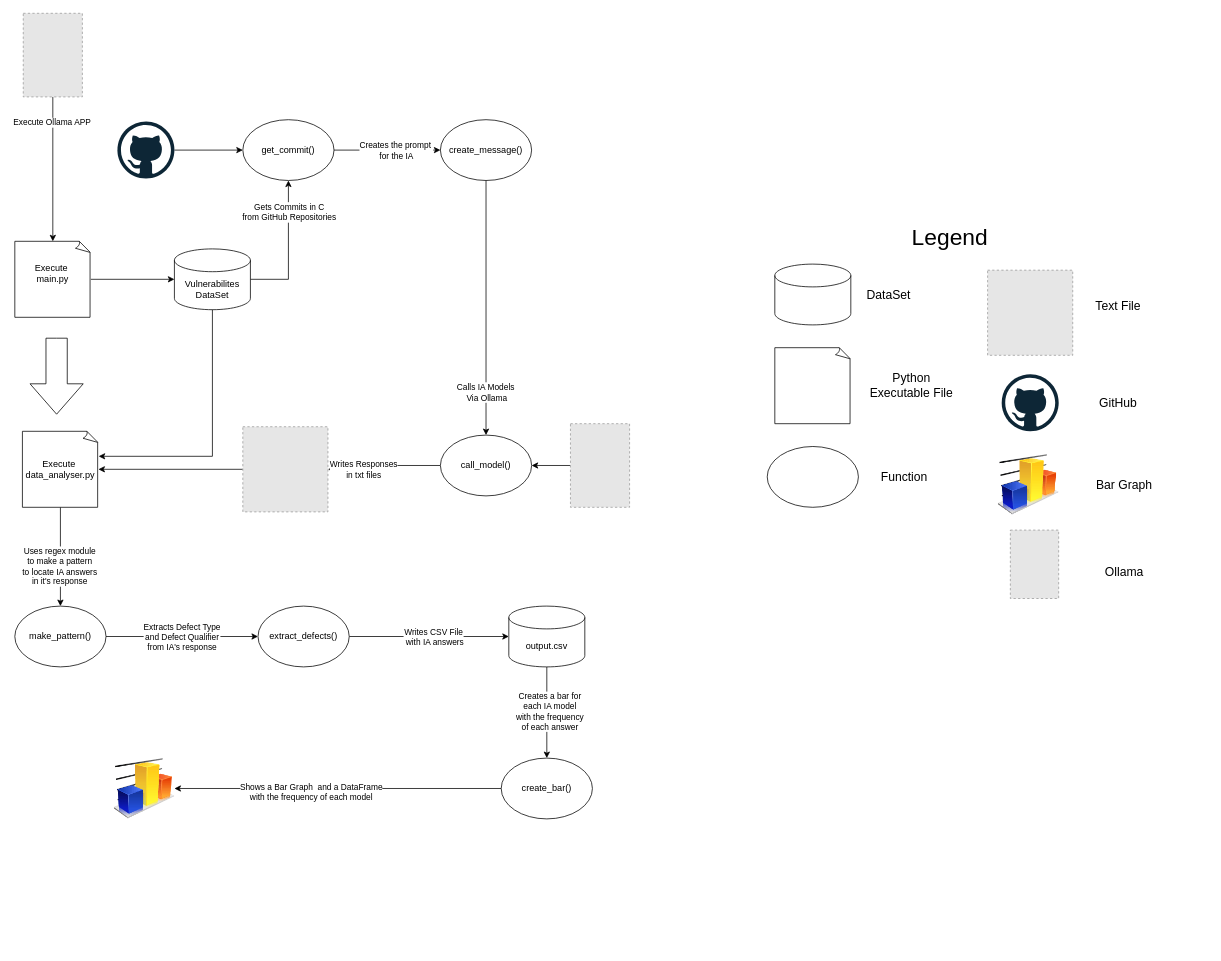
DiogoHD/LLM-and-ODC keeps this draw.io diagram as docs/Pipeline.drawio. Above is the earlier version. Source tidied: cells renumbered, new cells numbered last; positions are measured from the earlier drawing's top-left corner, leaving out a move shared by most shapes. Both pictures are drawn from the tidied source at 76%, with x=0, y=0 at pixel (14, 13). Pictures stored in the file or linked from it are replaced by grey dashed boxes.
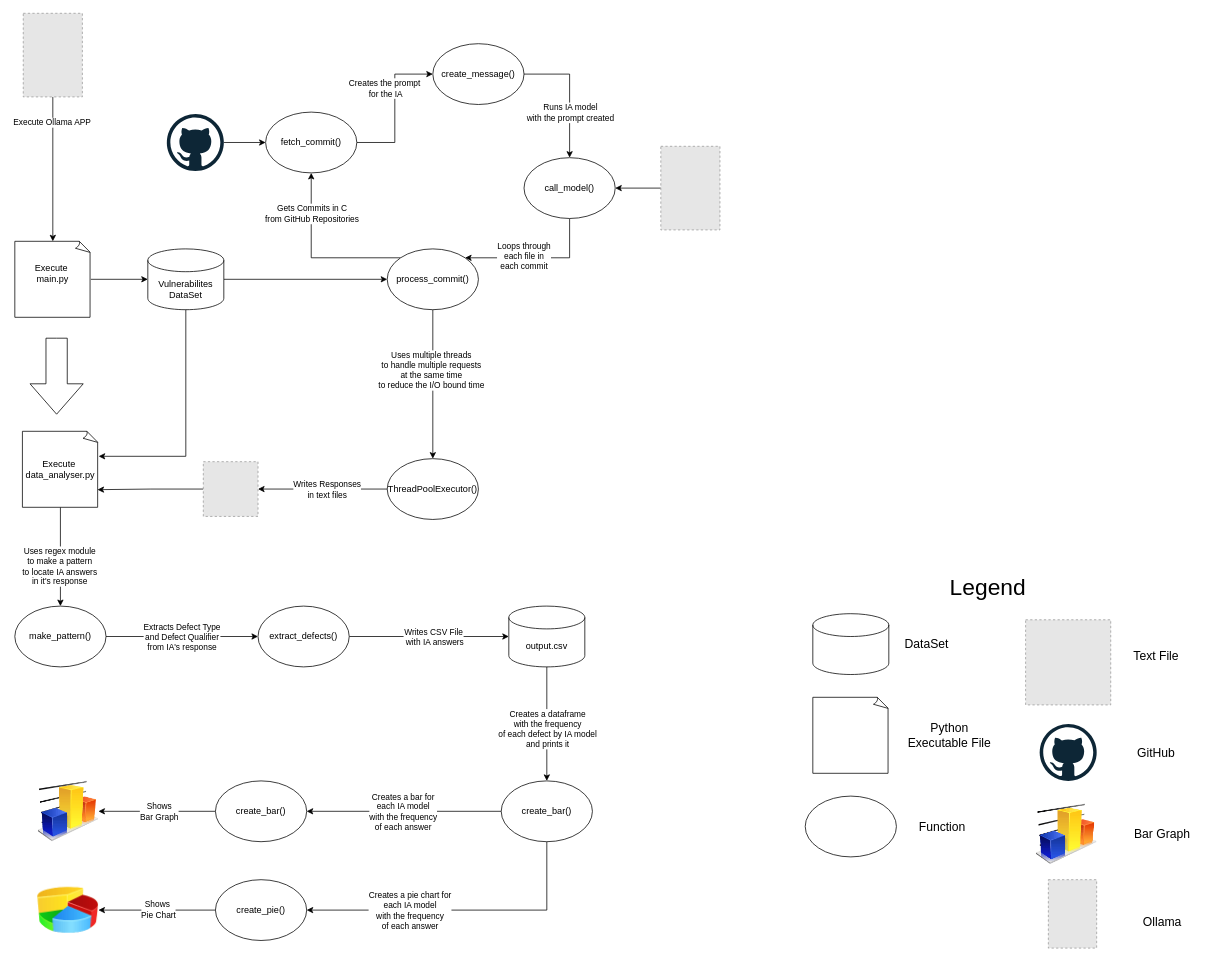
Above is the later version.

Commit message:
Adding pie chart to pipeline

Unchanged cells that the change refers to:
```xml
<mxCell id="2" style="edgeStyle=orthogonalEdgeStyle;rounded=0;jettySize=auto;html=1;exitX=0;exitY=0.5;exitDx=0;exitDy=0;entryX=1;entryY=0.5;entryDx=0;entryDy=0;" parent="1" edge="1" source="50" target="11">
  <mxGeometry relative="1" as="geometry" />
</mxCell>
<mxCell id="5" style="edgeStyle=orthogonalEdgeStyle;rounded=0;jettySize=auto;html=1;exitX=0;exitY=0.5;exitDx=0;exitDy=0;entryX=1;entryY=0.5;entryDx=0;entryDy=0;" parent="1" edge="1" source="58" target="17">
  <mxGeometry relative="1" as="geometry" />
</mxCell>
<mxCell id="14" value="o&lt;span style=&quot;background-color: transparent; color: light-dark(rgb(0, 0, 0), rgb(255, 255, 255));&quot;&gt;utput.csv&lt;/span&gt;" style="shape=cylinder3;whiteSpace=wrap;html=1;boundedLbl=1;backgroundOutline=1;size=15;" parent="1" vertex="1">
  <mxGeometry x="650" y="780" width="100" height="80" as="geometry" />
</mxCell>
<mxCell id="24" value="Execute&amp;nbsp;&lt;div&gt;&lt;div&gt;data_analyser.py&lt;/div&gt;&lt;/div&gt;" style="whiteSpace=wrap;html=1;shape=mxgraph.basic.document;" parent="1" vertex="1">
  <mxGeometry x="10" y="550" width="100" height="100" as="geometry" />
</mxCell>
```

The edit, as a diff of the source:
```diff
@@
-    <mxCell id="3" value="Writes Responses&lt;div&gt;in txt files&lt;/div&gt;" style="edgeLabel;html=1;align=center;verticalAlign=middle;" parent="2" vertex="1">
-      <mxGeometry x="0.4" relative="1" as="geometry" />
+    <mxCell id="3" value="Writes Responses&lt;div&gt;in text files&lt;/div&gt;" style="edgeLabel;html=1;align=center;verticalAlign=middle;" parent="2" vertex="1">
+      <mxGeometry x="0.4" relative="1" as="geometry">
+        <mxPoint x="39" as="offset" />
+      </mxGeometry>
     </mxCell>
@@
-    <mxCell id="6" value="Shows a Bar Graph&amp;nbsp; and a DataFrame&lt;div&gt;&lt;span style=&quot;background-color: light-dark(#ffffff, var(--ge-dark-color, #121212)); color: light-dark(rgb(0, 0, 0), rgb(255, 255, 255));&quot;&gt;with&amp;nbsp;&lt;/span&gt;&lt;span style=&quot;color: light-dark(rgb(0, 0, 0), rgb(255, 255, 255)); background-color: light-dark(#ffffff, var(--ge-dark-color, #121212));&quot;&gt;t&lt;/span&gt;&lt;span style=&quot;color: light-dark(rgb(0, 0, 0), rgb(255, 255, 255)); background-color: light-dark(#ffffff, var(--ge-dark-color, #121212));&quot;&gt;he frequency of each model&lt;/span&gt;&lt;div&gt;&lt;div&gt;&lt;div&gt;&lt;br&gt;&lt;/div&gt;&lt;/div&gt;&lt;/div&gt;&lt;/div&gt;" style="edgeLabel;html=1;align=center;verticalAlign=middle;" parent="5" vertex="1">
+    <mxCell id="6" value="Shows&lt;div&gt;Bar Graph&lt;/div&gt;" style="edgeLabel;html=1;align=center;verticalAlign=middle;" parent="5" vertex="1">
       <mxGeometry x="0.54" relative="1" as="geometry">
-        <mxPoint x="80" y="10" as="offset" />
+        <mxPoint x="44" as="offset" />
       </mxGeometry>
     </mxCell>
-    <mxCell id="7" style="edgeStyle=orthogonalEdgeStyle;rounded=0;jettySize=auto;html=1;exitX=1;exitY=0.5;exitDx=0;exitDy=0;exitPerimeter=0;entryX=0.5;entryY=1;entryDx=0;entryDy=0;" parent="1" edge="1" source="9" target="47">
+    <mxCell id="7" style="edgeStyle=orthogonalEdgeStyle;rounded=0;jettySize=auto;html=1;exitX=0;exitY=0;exitDx=0;exitDy=0;entryX=0.5;entryY=1;entryDx=0;entryDy=0;" parent="1" edge="1" source="71" target="47">
       <mxGeometry relative="1" as="geometry" />
     </mxCell>
@@
+    <mxCell id="59" style="edgeStyle=orthogonalEdgeStyle;html=1;exitX=1;exitY=0.5;exitDx=0;exitDy=0;exitPerimeter=0;entryX=0;entryY=0.5;entryDx=0;entryDy=0;rounded=0;" parent="1" edge="1" source="9" target="71">
+      <mxGeometry relative="1" as="geometry" />
+    </mxCell>
     <mxCell id="9" value="Vulnerabilites&lt;div&gt;DataSet&lt;/div&gt;" style="shape=cylinder3;whiteSpace=wrap;html=1;boundedLbl=1;backgroundOutline=1;size=15;verticalAlign=middle;convertToSvg=0;" parent="1" vertex="1">
-      <mxGeometry x="210" y="310" width="100" height="80" as="geometry" />
+      <mxGeometry x="175" y="310" width="100" height="80" as="geometry" />
     </mxCell>
-    <mxCell id="10" style="edgeStyle=orthogonalEdgeStyle;rounded=0;jettySize=auto;html=1;exitX=0;exitY=0.5;exitDx=0;exitDy=0;entryX=1;entryY=0.5;entryDx=0;entryDy=0;entryPerimeter=0;" parent="1" edge="1" source="11" target="24">
+    <mxCell id="10" style="edgeStyle=orthogonalEdgeStyle;rounded=0;jettySize=auto;html=1;exitX=0;exitY=0.5;exitDx=0;exitDy=0;entryX=0.988;entryY=0.768;entryDx=0;entryDy=0;entryPerimeter=0;" parent="1" edge="1" source="11" target="24">
       <mxGeometry relative="1" as="geometry" />
     </mxCell>
     <mxCell id="11" style="fillColor=#E6E6E6;strokeColor=#999999;dashed=1;html=1;verticalAlign=top;verticalLabelPosition=bottom;labelBackgroundColor=#ffffff;" parent="1" vertex="1">
-      <mxGeometry x="300" y="544" width="112" height="112" as="geometry" />
+      <mxGeometry x="248" y="590" width="72" height="72" as="geometry" />
     </mxCell>
-    <mxCell id="12" style="edgeStyle=orthogonalEdgeStyle;rounded=0;jettySize=auto;html=1;exitX=0.5;exitY=1;exitDx=0;exitDy=0;exitPerimeter=0;entryX=0.5;entryY=0;entryDx=0;entryDy=0;" parent="1" edge="1" source="14" target="58">
+    <mxCell id="12" style="edgeStyle=orthogonalEdgeStyle;rounded=0;jettySize=auto;html=1;exitX=0;exitY=0.5;exitDx=0;exitDy=0;entryX=1;entryY=0.5;entryDx=0;entryDy=0;" parent="1" edge="1" source="69" target="58">
       <mxGeometry relative="1" as="geometry" />
     </mxCell>
     <mxCell id="13" value="Creates a bar for&lt;br&gt;each IA model&lt;br&gt;with the frequency&lt;br&gt;of each answer" style="edgeLabel;html=1;align=center;verticalAlign=middle;" parent="12" vertex="1">
-      <mxGeometry x="-0.03" y="3" relative="1" as="geometry" />
+      <mxGeometry x="-0.03" y="3" relative="1" as="geometry">
+        <mxPoint x="-6" y="-3" as="offset" />
+      </mxGeometry>
     </mxCell>
@@
     <mxCell id="17" style="image;html=1;image=img/lib/clip_art/finance/Graph_128x128.png;" parent="1" vertex="1">
-      <mxGeometry x="130" y="980" width="80" height="80" as="geometry" />
+      <mxGeometry x="30" y="1010" width="80" height="80" as="geometry" />
     </mxCell>
     <mxCell id="18" value="Legend" style="text;html=1;align=center;verticalAlign=middle;strokeColor=none;fillColor=none;fontSize=30;" parent="1" vertex="1">
-      <mxGeometry x="1170" y="270" width="120" height="50" as="geometry" />
+      <mxGeometry x="1220" y="730" width="120" height="50" as="geometry" />
     </mxCell>
     <mxCell id="19" style="shape=cylinder3;whiteSpace=wrap;html=1;boundedLbl=1;backgroundOutline=1;size=15;verticalAlign=middle;convertToSvg=0;" parent="1" vertex="1">
-      <mxGeometry x="1000" y="330" width="100" height="80" as="geometry" />
+      <mxGeometry x="1050" y="790" width="100" height="80" as="geometry" />
     </mxCell>
     <mxCell id="20" value="DataSet" style="text;html=1;align=center;verticalAlign=middle;whiteSpace=wrap;rounded=0;fontSize=16;" parent="1" vertex="1">
-      <mxGeometry x="1120" y="355" width="60" height="30" as="geometry" />
+      <mxGeometry x="1170" y="815" width="60" height="30" as="geometry" />
     </mxCell>
@@
     <mxCell id="25" value="&lt;div&gt;&lt;div&gt;&lt;br style=&quot;text-wrap-mode: nowrap;&quot;&gt;&lt;/div&gt;&lt;/div&gt;" style="whiteSpace=wrap;html=1;shape=mxgraph.basic.document;" parent="1" vertex="1">
-      <mxGeometry x="1000" y="440" width="100" height="100" as="geometry" />
+      <mxGeometry x="1050" y="900" width="100" height="100" as="geometry" />
     </mxCell>
     <mxCell id="26" value="Python Executable File" style="text;html=1;align=center;verticalAlign=middle;whiteSpace=wrap;rounded=0;fontSize=16;" parent="1" vertex="1">
-      <mxGeometry x="1120" y="475" width="120" height="30" as="geometry" />
+      <mxGeometry x="1170" y="935" width="120" height="30" as="geometry" />
     </mxCell>
     <mxCell id="27" style="fillColor=#E6E6E6;strokeColor=#999999;dashed=1;html=1;verticalAlign=top;verticalLabelPosition=bottom;labelBackgroundColor=#ffffff;" parent="1" vertex="1">
-      <mxGeometry x="1280" y="338" width="112" height="112" as="geometry" />
+      <mxGeometry x="1330" y="798" width="112" height="112" as="geometry" />
     </mxCell>
     <mxCell id="28" value="Text File" style="text;html=1;align=center;verticalAlign=middle;whiteSpace=wrap;rounded=0;fontSize=16;" parent="1" vertex="1">
-      <mxGeometry x="1392" y="370" width="120" height="30" as="geometry" />
+      <mxGeometry x="1442" y="830" width="120" height="30" as="geometry" />
     </mxCell>
     <mxCell id="29" style="ellipse;whiteSpace=wrap;html=1;" parent="1" vertex="1">
-      <mxGeometry x="990" y="570" width="120" height="80" as="geometry" />
+      <mxGeometry x="1040" y="1030" width="120" height="80" as="geometry" />
     </mxCell>
     <mxCell id="30" value="Function" style="text;html=1;align=center;verticalAlign=middle;strokeColor=none;fillColor=none;fontSize=16;" parent="1" vertex="1">
-      <mxGeometry x="1130" y="595" width="80" height="30" as="geometry" />
+      <mxGeometry x="1180" y="1055" width="80" height="30" as="geometry" />
     </mxCell>
     <mxCell id="31" style="dashed=0;html=1;align=center;labelPosition=center;verticalLabelPosition=bottom;verticalAlign=top;shape=mxgraph.weblogos.github;" parent="1" vertex="1">
-      <mxGeometry x="1298.5" y="475" width="75" height="75" as="geometry" />
+      <mxGeometry x="1348.5" y="935" width="75" height="75" as="geometry" />
     </mxCell>
     <mxCell id="32" value="GitHub" style="text;html=1;align=center;verticalAlign=middle;whiteSpace=wrap;rounded=0;fontSize=16;" parent="1" vertex="1">
-      <mxGeometry x="1392" y="497.5" width="120" height="30" as="geometry" />
+      <mxGeometry x="1442" y="957.5" width="120" height="30" as="geometry" />
     </mxCell>
     <mxCell id="33" style="image;html=1;image=img/lib/clip_art/finance/Graph_128x128.png;" parent="1" vertex="1">
-      <mxGeometry x="1293.5" y="580" width="80" height="80" as="geometry" />
+      <mxGeometry x="1343.5" y="1040" width="80" height="80" as="geometry" />
     </mxCell>
     <mxCell id="34" value="Bar Graph" style="text;html=1;align=center;verticalAlign=middle;whiteSpace=wrap;rounded=0;fontSize=16;" parent="1" vertex="1">
-      <mxGeometry x="1400" y="605" width="120" height="30" as="geometry" />
+      <mxGeometry x="1450" y="1065" width="120" height="30" as="geometry" />
     </mxCell>
     <mxCell id="35" style="edgeStyle=orthogonalEdgeStyle;rounded=0;jettySize=auto;html=1;exitX=0.5;exitY=1;exitDx=0;exitDy=0;exitPerimeter=0;entryX=1.003;entryY=0.329;entryDx=0;entryDy=0;entryPerimeter=0;" parent="1" edge="1" source="9" target="24">
-      <mxGeometry relative="1" as="geometry" />
+      <mxGeometry relative="1" as="geometry">
+        <Array as="points">
+          <mxPoint x="225" y="583" />
+        </Array>
+      </mxGeometry>
     </mxCell>
@@
-    <mxCell id="40" style="edgeStyle=orthogonalEdgeStyle;rounded=0;jettySize=auto;html=1;exitX=0;exitY=0.5;exitDx=0;exitDy=0;entryX=1;entryY=0.5;entryDx=0;entryDy=0;" parent="1" edge="1" source="41" target="50">
+    <mxCell id="40" style="edgeStyle=orthogonalEdgeStyle;rounded=0;jettySize=auto;html=1;exitX=0;exitY=0.5;exitDx=0;exitDy=0;entryX=1;entryY=0.5;entryDx=0;entryDy=0;" parent="1" edge="1" source="41" target="75">
       <mxGeometry relative="1" as="geometry" />
     </mxCell>
     <mxCell id="41" style="fillColor=#E6E6E6;strokeColor=#999999;dashed=1;verticalLabelPosition=bottom;labelBackgroundColor=default;verticalAlign=top;" parent="1" vertex="1">
-      <mxGeometry x="731.1" y="540" width="77.8" height="110" as="geometry" />
+      <mxGeometry x="850" y="175" width="77.8" height="110" as="geometry" />
     </mxCell>
     <mxCell id="42" style="fillColor=#E6E6E6;strokeColor=#999999;dashed=1;verticalLabelPosition=bottom;labelBackgroundColor=default;verticalAlign=top;" parent="1" vertex="1">
-      <mxGeometry x="1309.9" y="680" width="63.6" height="90" as="geometry" />
+      <mxGeometry x="1359.9" y="1140" width="63.6" height="90" as="geometry" />
     </mxCell>
     <mxCell id="43" value="Ollama" style="text;html=1;align=center;verticalAlign=middle;whiteSpace=wrap;rounded=0;fontSize=16;" parent="1" vertex="1">
-      <mxGeometry x="1400" y="720" width="120" height="30" as="geometry" />
+      <mxGeometry x="1450" y="1180" width="120" height="30" as="geometry" />
     </mxCell>
@@
-    <mxCell id="47" value="get_commit()" style="ellipse;whiteSpace=wrap;html=1;" parent="1" vertex="1">
-      <mxGeometry x="300" y="140" width="120" height="80" as="geometry" />
+    <mxCell id="47" value="fetch_commit()" style="ellipse;whiteSpace=wrap;html=1;" parent="1" vertex="1">
+      <mxGeometry x="330" y="130" width="120" height="80" as="geometry" />
     </mxCell>
     <mxCell id="48" style="dashed=0;outlineConnect=0;html=1;align=center;labelPosition=center;verticalLabelPosition=bottom;verticalAlign=top;shape=mxgraph.weblogos.github;" parent="1" vertex="1">
-      <mxGeometry x="135" y="142.5" width="75" height="75" as="geometry" />
+      <mxGeometry x="200" y="132.5" width="75" height="75" as="geometry" />
     </mxCell>
@@
-    <mxCell id="50" value="call_model()" style="ellipse;whiteSpace=wrap;html=1;" parent="1" vertex="1">
-      <mxGeometry x="560" y="555" width="120" height="80" as="geometry" />
+    <mxCell id="50" value="ThreadPoolExecutor()" style="ellipse;whiteSpace=wrap;html=1;" parent="1" vertex="1">
+      <mxGeometry x="490" y="586" width="120" height="80" as="geometry" />
     </mxCell>
-    <mxCell id="51" style="edgeStyle=orthogonalEdgeStyle;rounded=0;jettySize=auto;html=1;exitX=0.5;exitY=1;exitDx=0;exitDy=0;entryX=0.5;entryY=0;entryDx=0;entryDy=0;" parent="1" edge="1" source="53" target="50">
+    <mxCell id="51" style="edgeStyle=orthogonalEdgeStyle;rounded=0;jettySize=auto;html=1;exitX=0.5;exitY=1;exitDx=0;exitDy=0;entryX=0.5;entryY=0;entryDx=0;entryDy=0;" parent="1" edge="1" source="71" target="50">
       <mxGeometry relative="1" as="geometry" />
     </mxCell>
-    <mxCell id="52" value="Calls IA Models&amp;nbsp;&lt;div&gt;Via Ollama&lt;/div&gt;" style="edgeLabel;html=1;align=center;verticalAlign=middle;" parent="51" vertex="1">
-      <mxGeometry x="0.13" relative="1" as="geometry">
-        <mxPoint y="89" as="offset" />
-      </mxGeometry>
-    </mxCell>
+    <mxCell id="60" style="html=1;exitX=1;exitY=0.5;exitDx=0;exitDy=0;entryX=0.5;entryY=0;entryDx=0;entryDy=0;rounded=0;edgeStyle=orthogonalEdgeStyle;" parent="1" edge="1" source="53" target="75">
+      <mxGeometry relative="1" as="geometry" />
+    </mxCell>
+    <mxCell id="61" value="Runs IA model&lt;br&gt;with the prompt created" style="edgeLabel;html=1;align=center;verticalAlign=middle;" parent="60" vertex="1">
+      <mxGeometry x="-0.22" y="4" relative="1" as="geometry">
+        <mxPoint x="-4" y="44" as="offset" />
+      </mxGeometry>
+    </mxCell>
     <mxCell id="53" value="create_message()" style="ellipse;whiteSpace=wrap;html=1;" parent="1" vertex="1">
-      <mxGeometry x="560" y="140" width="120" height="80" as="geometry" />
+      <mxGeometry x="550" y="40" width="120" height="80" as="geometry" />
     </mxCell>
@@
     <mxCell id="58" value="create_bar()" style="ellipse;whiteSpace=wrap;html=1;" parent="1" vertex="1">
-      <mxGeometry x="640" y="980" width="120" height="80" as="geometry" />
+      <mxGeometry x="264" y="1010" width="120" height="80" as="geometry" />
     </mxCell>
+    <mxCell id="62" style="edgeStyle=none;html=1;exitX=0;exitY=0.5;exitDx=0;exitDy=0;entryX=1;entryY=0.5;entryDx=0;entryDy=0;" parent="1" edge="1" source="64" target="66">
+      <mxGeometry relative="1" as="geometry" />
+    </mxCell>
+    <mxCell id="63" value="Shows&amp;nbsp;&lt;div&gt;Pie Chart&lt;/div&gt;" style="edgeLabel;html=1;align=center;verticalAlign=middle;" parent="62" vertex="1">
+      <mxGeometry x="-0.01" y="-1" relative="1" as="geometry" />
+    </mxCell>
+    <mxCell id="64" value="create_pie()" style="ellipse;whiteSpace=wrap;html=1;" parent="1" vertex="1">
+      <mxGeometry x="264" y="1140" width="120" height="80" as="geometry" />
+    </mxCell>
+    <mxCell id="65" style="edgeStyle=orthogonalEdgeStyle;rounded=0;jettySize=auto;html=1;entryX=1;entryY=0.5;entryDx=0;entryDy=0;exitX=0.5;exitY=1;exitDx=0;exitDy=0;exitPerimeter=0;" parent="1" edge="1" source="69" target="64">
+      <mxGeometry relative="1" as="geometry">
+        <Array as="points">
+          <mxPoint x="700" y="1180" />
+        </Array>
+      </mxGeometry>
+    </mxCell>
+    <mxCell id="66" style="image;html=1;image=img/lib/clip_art/finance/Pie_Chart_128x128.png;" parent="1" vertex="1">
+      <mxGeometry x="30" y="1140" width="80" height="80" as="geometry" />
+    </mxCell>
+    <mxCell id="67" style="edgeStyle=orthogonalEdgeStyle;rounded=0;jettySize=auto;html=1;entryX=0.5;entryY=0;entryDx=0;entryDy=0;exitX=0.5;exitY=1;exitDx=0;exitDy=0;exitPerimeter=0;" parent="1" edge="1" source="14" target="69">
+      <mxGeometry relative="1" as="geometry" />
+    </mxCell>
+    <mxCell id="68" value="Creates a dataframe&lt;div&gt;with the frequency&lt;/div&gt;&lt;div&gt;of each defect by IA model&lt;br&gt;and prints it&lt;/div&gt;" style="edgeLabel;html=1;align=center;verticalAlign=middle;" parent="67" vertex="1">
+      <mxGeometry x="-0.03" y="3" relative="1" as="geometry">
+        <mxPoint x="-3" y="8" as="offset" />
+      </mxGeometry>
+    </mxCell>
+    <mxCell id="69" value="create_bar()" style="ellipse;whiteSpace=wrap;html=1;" parent="1" vertex="1">
+      <mxGeometry x="640" y="1010" width="120" height="80" as="geometry" />
+    </mxCell>
+    <mxCell id="70" value="Creates a pie chart for&lt;br&gt;each IA model&lt;br&gt;with the frequency&lt;br&gt;of each answer" style="edgeLabel;html=1;align=center;verticalAlign=middle;" parent="1" vertex="1">
+      <mxGeometry x="519.8" y="1180" as="geometry" />
+    </mxCell>
+    <mxCell id="71" value="process_commit()" style="ellipse;whiteSpace=wrap;html=1;" parent="1" vertex="1">
+      <mxGeometry x="490" y="310" width="120" height="80" as="geometry" />
+    </mxCell>
+    <mxCell id="72" value="Uses multiple threads&lt;div&gt;to handle multiple requests&lt;br&gt;at the same time&lt;br&gt;to reduce the I/O bound time&lt;/div&gt;" style="edgeLabel;html=1;align=center;verticalAlign=middle;" parent="1" vertex="1">
+      <mxGeometry x="530" y="470" as="geometry">
+        <mxPoint x="17" y="-1" as="offset" />
+      </mxGeometry>
+    </mxCell>
+    <mxCell id="73" style="edgeStyle=orthogonalEdgeStyle;html=1;exitX=0.5;exitY=1;exitDx=0;exitDy=0;entryX=1;entryY=0;entryDx=0;entryDy=0;rounded=0;curved=0;" parent="1" edge="1" source="75" target="71">
+      <mxGeometry relative="1" as="geometry">
+        <Array as="points">
+          <mxPoint x="730" y="322" />
+        </Array>
+      </mxGeometry>
+    </mxCell>
+    <mxCell id="74" value="Loops through&lt;br&gt;each file in&lt;br&gt;each commit" style="edgeLabel;html=1;align=center;verticalAlign=middle;" parent="73" vertex="1">
+      <mxGeometry x="-0.07" y="-1" relative="1" as="geometry">
+        <mxPoint x="-24" y="-1" as="offset" />
+      </mxGeometry>
+    </mxCell>
+    <mxCell id="75" value="call_model()" style="ellipse;whiteSpace=wrap;html=1;" parent="1" vertex="1">
+      <mxGeometry x="670" y="190" width="120" height="80" as="geometry" />
+    </mxCell>
```
